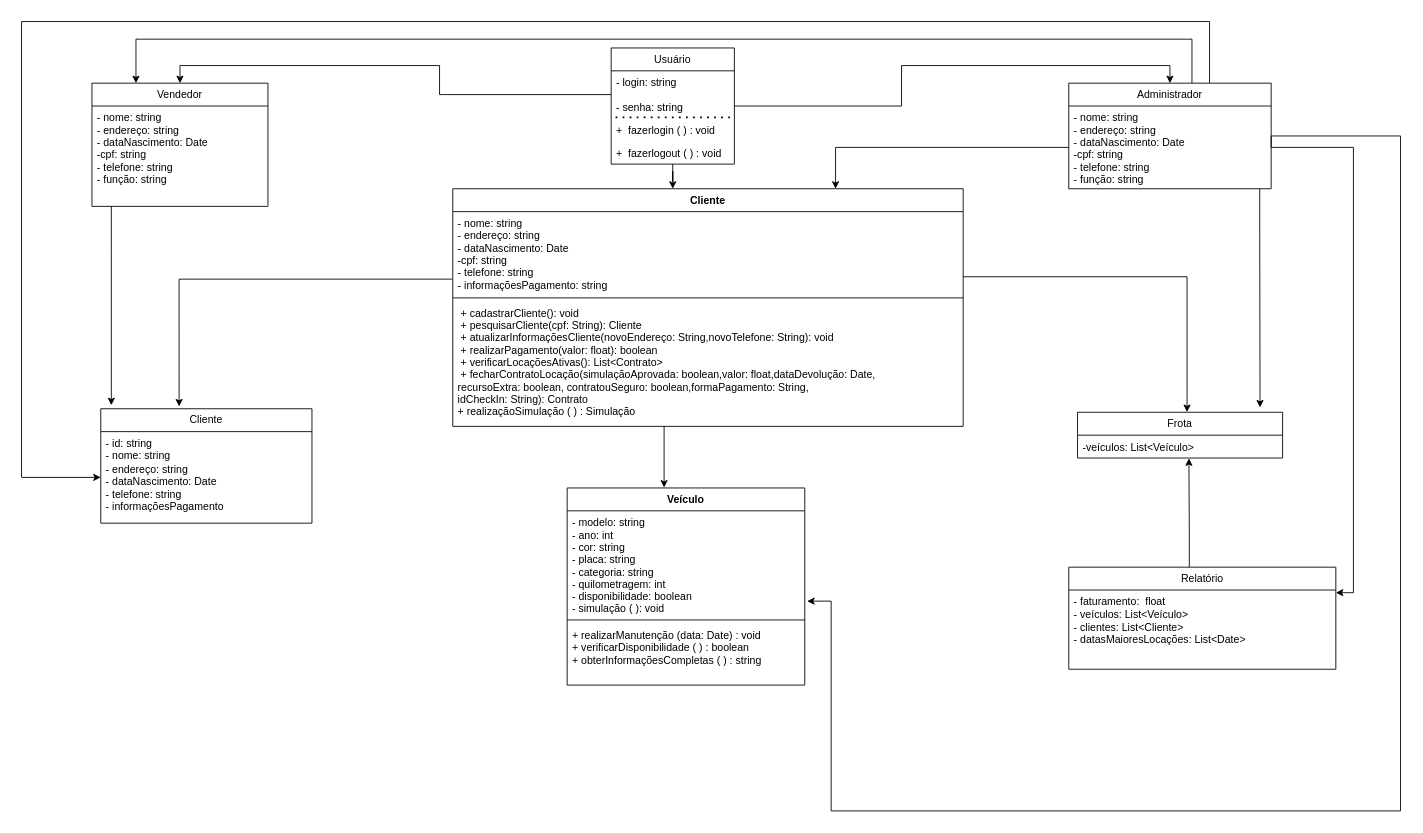
renataalineb/case-locadora keeps this draw.io diagram as Diagrama sem nome.drawio. Above is the earlier version. Source tidied: cells renumbered, new cells numbered last; positions are measured from the earlier drawing's top-left corner, leaving out a move shared by most shapes. Both pictures are drawn from the tidied source at 88%, with x=0, y=0 at pixel (21, 21).
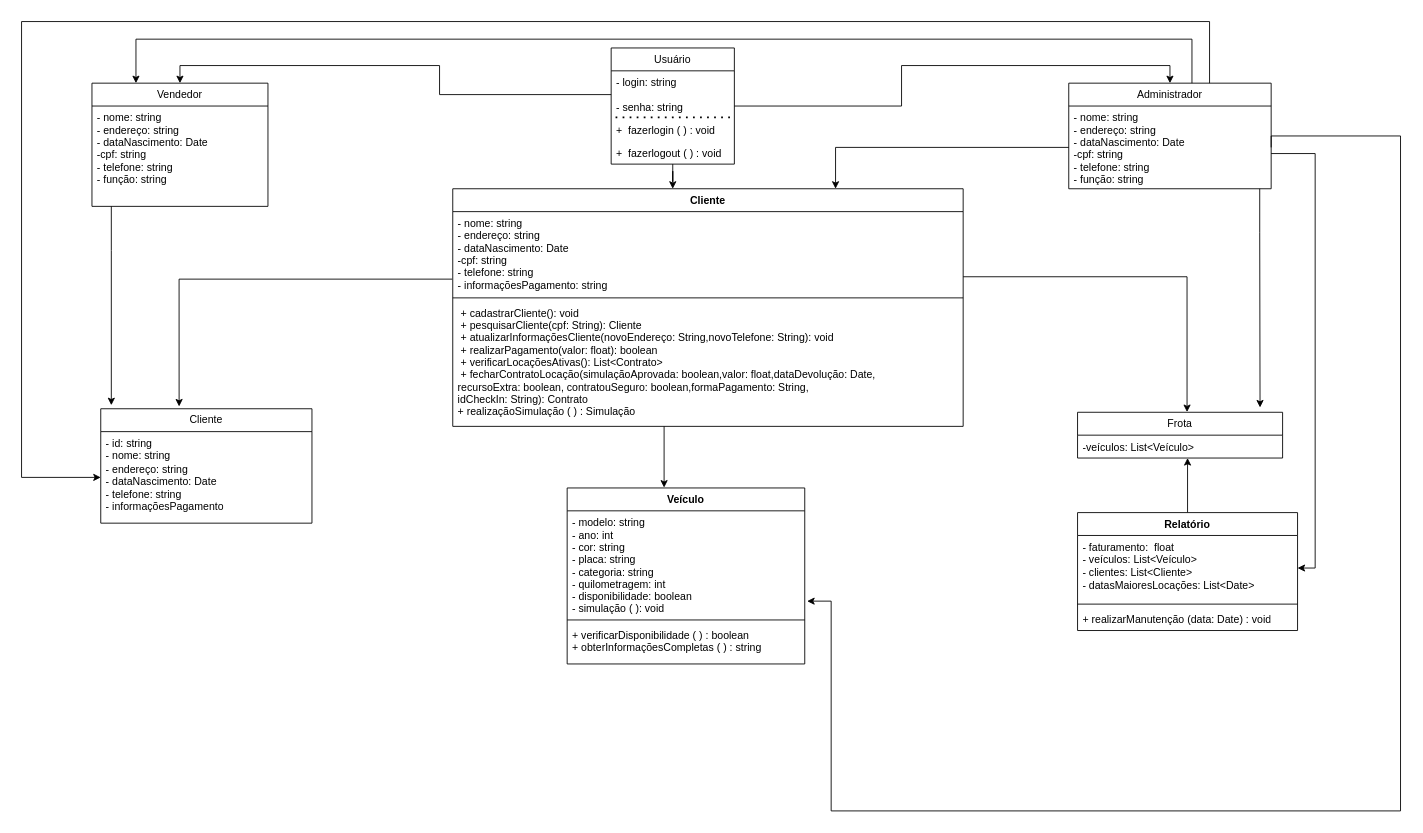
Above is the later version.

Commit message:
Diagrama de Classe

The change refers to these unchanged cells:
```xml
<mxCell id="11" value="Cliente" style="swimlane;fontStyle=1;align=center;verticalAlign=top;horizontal=1;startSize=26;" parent="1" vertex="1">
  <mxGeometry x="490" y="190" width="580" height="270" as="geometry" />
</mxCell>
<mxCell id="12" value="- nome: string&#10;- endereço: string&#10;- dataNascimento: Date&#10;-cpf: string&#10;- telefone: string&#10;- informaçõesPagamento: string&#10;" style="text;strokeColor=none;fillColor=none;align=left;verticalAlign=top;spacingLeft=4;spacingRight=4;overflow=hidden;points=[[0,0.5],[1,0.5]];portConstraint=eastwest;" parent="11" vertex="1">
  <mxGeometry y="26" width="580" height="94" as="geometry" />
</mxCell>
<mxCell id="24" value="Administrador" style="swimlane;fontStyle=0;horizontal=1;startSize=26;fillColor=none;whiteSpace=wrap;html=1;" parent="1" vertex="1">
  <mxGeometry x="1190" y="70" width="230" height="120" as="geometry" />
</mxCell>
<mxCell id="25" value="- nome: string&#10;- endereço: string&#10;- dataNascimento: Date&#10;-cpf: string&#10;- telefone: string&#10;- função: string&#10;&#10;" style="text;strokeColor=none;fillColor=none;align=left;verticalAlign=top;spacingLeft=4;spacingRight=4;overflow=hidden;points=[[0,0.5],[1,0.5]];portConstraint=eastwest;" parent="24" vertex="1">
  <mxGeometry y="26" width="230" height="94" as="geometry" />
</mxCell>
<mxCell id="27" value="- modelo: string&#10;- ano: int&#10;- cor: string&#10;- placa: string&#10;- categoria: string&#10;- quilometragem: int&#10;- disponibilidade: boolean&#10;- simulação ( ): void&#10;" style="text;strokeColor=none;fillColor=none;align=left;verticalAlign=top;spacingLeft=4;spacingRight=4;overflow=hidden;points=[[0,0.5],[1,0.5]];portConstraint=eastwest;" parent="26" vertex="1">
  <mxGeometry y="26" width="270" height="120" as="geometry" />
</mxCell>
<mxCell id="30" value="Frota" style="swimlane;fontStyle=0;horizontal=1;startSize=26;fillColor=none;whiteSpace=wrap;html=1;" parent="1" vertex="1">
  <mxGeometry x="1200" y="444" width="233" height="52" as="geometry" />
</mxCell>
<mxCell id="31" value="-veículos: List&amp;lt;Veículo&amp;gt;" style="text;strokeColor=none;fillColor=none;align=left;verticalAlign=top;spacingLeft=4;spacingRight=4;overflow=hidden;points=[[0,0.5],[1,0.5]];portConstraint=eastwest;whiteSpace=wrap;html=1;" parent="30" vertex="1">
  <mxGeometry y="26" width="233" height="26" as="geometry" />
</mxCell>
```

Diff of the diagram source:
```diff
@@
+    <mxCell id="39" style="edgeStyle=orthogonalEdgeStyle;rounded=0;jettySize=auto;html=1;entryX=1;entryY=0.5;entryDx=0;entryDy=0;" parent="1" edge="1" source="24" target="34">
+      <mxGeometry relative="1" as="geometry">
+        <Array as="points">
+          <mxPoint x="1470" y="150" />
+          <mxPoint x="1470" y="621" />
+        </Array>
+      </mxGeometry>
+    </mxCell>
@@
     <mxCell id="26" value="Veículo" style="swimlane;fontStyle=1;align=center;verticalAlign=top;horizontal=1;startSize=26;whiteSpace=wrap;html=1;" parent="1" vertex="1">
-      <mxGeometry x="620" y="530" width="270" height="224" as="geometry" />
+      <mxGeometry x="620" y="530" width="270" height="200" as="geometry" />
     </mxCell>
@@
-    <mxCell id="29" value="+ realizarManutenção (data: Date) : void&#10;+ verificarDisponibilidade ( ) : boolean&#10;+ obterInformaçõesCompletas ( ) : string" style="text;strokeColor=none;fillColor=none;align=left;verticalAlign=top;spacingLeft=4;spacingRight=4;overflow=hidden;" parent="26" vertex="1">
-      <mxGeometry y="154" width="270" height="70" as="geometry" />
+    <mxCell id="29" value="+ verificarDisponibilidade ( ) : boolean&#10;+ obterInformaçõesCompletas ( ) : string" style="text;strokeColor=none;fillColor=none;align=left;verticalAlign=top;spacingLeft=4;spacingRight=4;overflow=hidden;" parent="26" vertex="1">
+      <mxGeometry y="154" width="270" height="46" as="geometry" />
     </mxCell>
@@
+    <mxCell id="35" style="edgeStyle=orthogonalEdgeStyle;rounded=0;jettySize=auto;html=1;entryX=0.534;entryY=-0.005;entryDx=0;entryDy=0;entryPerimeter=0;" parent="1" edge="1" source="12" target="30">
+      <mxGeometry relative="1" as="geometry">
+        <Array as="points">
+          <mxPoint x="1324" y="290" />
+        </Array>
+      </mxGeometry>
+    </mxCell>
+    <mxCell id="36" style="edgeStyle=orthogonalEdgeStyle;rounded=0;jettySize=auto;html=1;entryX=1.01;entryY=0.855;entryDx=0;entryDy=0;entryPerimeter=0;exitX=1;exitY=0.5;exitDx=0;exitDy=0;" parent="1" edge="1" source="25" target="27">
+      <mxGeometry relative="1" as="geometry">
+        <Array as="points">
+          <mxPoint x="1420" y="130" />
+          <mxPoint x="1567" y="130" />
+          <mxPoint x="1567" y="897" />
+          <mxPoint x="920" y="897" />
+          <mxPoint x="920" y="659" />
+        </Array>
+      </mxGeometry>
+    </mxCell>
+    <mxCell id="37" style="edgeStyle=orthogonalEdgeStyle;rounded=0;jettySize=auto;html=1;entryX=0.75;entryY=0;entryDx=0;entryDy=0;" parent="1" edge="1" source="25" target="11">
+      <mxGeometry relative="1" as="geometry" />
+    </mxCell>
-    <mxCell id="32" style="edgeStyle=orthogonalEdgeStyle;rounded=0;jettySize=auto;html=1;entryX=0.543;entryY=1.014;entryDx=0;entryDy=0;entryPerimeter=0;" parent="1" edge="1" source="33" target="31">
+    <mxCell id="32" style="edgeStyle=orthogonalEdgeStyle;rounded=0;jettySize=auto;html=1;" parent="1" edge="1" source="33" target="31">
       <mxGeometry relative="1" as="geometry">
         <Array as="points">
-          <mxPoint x="1327" y="580" />
-          <mxPoint x="1327" y="580" />
+          <mxPoint x="1325" y="500" />
+          <mxPoint x="1325" y="500" />
         </Array>
       </mxGeometry>
     </mxCell>
-    <mxCell id="33" value="Relatório" style="swimlane;fontStyle=0;horizontal=1;startSize=26;fillColor=none;whiteSpace=wrap;html=1;" parent="1" vertex="1">
-      <mxGeometry x="1190" y="620" width="303.5" height="116" as="geometry" />
+    <mxCell id="33" value="Relatório" style="swimlane;fontStyle=1;align=center;verticalAlign=top;horizontal=1;startSize=26;whiteSpace=wrap;html=1;" parent="1" vertex="1">
+      <mxGeometry x="1200" y="558" width="250" height="134" as="geometry" />
     </mxCell>
-    <mxCell id="34" value="- faturamento:&amp;nbsp; float&lt;br&gt;- veículos: List&amp;lt;Veículo&amp;gt;&lt;br&gt;- clientes: List&amp;lt;Cliente&amp;gt;&lt;br&gt;- datasMaioresLocações: List&amp;lt;Date&amp;gt;" style="text;strokeColor=none;fillColor=none;align=left;verticalAlign=top;spacingLeft=4;spacingRight=4;overflow=hidden;points=[[0,0.5],[1,0.5]];portConstraint=eastwest;whiteSpace=wrap;html=1;" parent="33" vertex="1">
-      <mxGeometry y="26" width="303.5" height="90" as="geometry" />
+    <mxCell id="34" value="- faturamento:&amp;nbsp; float&lt;br&gt;- veículos: List&amp;lt;Veículo&amp;gt;&lt;br&gt;- clientes: List&amp;lt;Cliente&amp;gt;&lt;br&gt;- datasMaioresLocações: List&amp;lt;Date&amp;gt;&lt;br&gt;" style="text;strokeColor=none;fillColor=none;align=left;verticalAlign=top;spacingLeft=4;spacingRight=4;overflow=hidden;points=[[0,0.5],[1,0.5]];portConstraint=eastwest;whiteSpace=wrap;html=1;" parent="33" vertex="1">
+      <mxGeometry y="26" width="250" height="74" as="geometry" />
     </mxCell>
-    <mxCell id="35" style="edgeStyle=orthogonalEdgeStyle;rounded=0;jettySize=auto;html=1;entryX=0.534;entryY=-0.005;entryDx=0;entryDy=0;entryPerimeter=0;" parent="1" edge="1" source="12" target="30">
-      <mxGeometry relative="1" as="geometry">
-        <Array as="points">
-          <mxPoint x="1324" y="290" />
-        </Array>
-      </mxGeometry>
-    </mxCell>
-    <mxCell id="36" style="edgeStyle=orthogonalEdgeStyle;rounded=0;jettySize=auto;html=1;entryX=1.01;entryY=0.855;entryDx=0;entryDy=0;entryPerimeter=0;exitX=1;exitY=0.5;exitDx=0;exitDy=0;" parent="1" edge="1" source="25" target="27">
-      <mxGeometry relative="1" as="geometry">
-        <Array as="points">
-          <mxPoint x="1420" y="130" />
-          <mxPoint x="1567" y="130" />
-          <mxPoint x="1567" y="897" />
-          <mxPoint x="920" y="897" />
-          <mxPoint x="920" y="659" />
-        </Array>
-      </mxGeometry>
-    </mxCell>
-    <mxCell id="37" style="edgeStyle=orthogonalEdgeStyle;rounded=0;jettySize=auto;html=1;entryX=0.75;entryY=0;entryDx=0;entryDy=0;" parent="1" edge="1" source="25" target="11">
-      <mxGeometry relative="1" as="geometry" />
-    </mxCell>
-    <mxCell id="38" style="edgeStyle=orthogonalEdgeStyle;rounded=0;jettySize=auto;html=1;entryX=1;entryY=0.25;entryDx=0;entryDy=0;" parent="1" edge="1" source="25" target="33">
-      <mxGeometry relative="1" as="geometry" />
-    </mxCell>
+    <mxCell id="40" style="line;strokeWidth=1;fillColor=none;align=left;verticalAlign=middle;spacingTop=-1;spacingLeft=3;spacingRight=3;labelPosition=right;strokeColor=inherit;" parent="33" vertex="1">
+      <mxGeometry y="100" width="250" height="8" as="geometry" />
+    </mxCell>
+    <mxCell id="41" value="+ realizarManutenção (data: Date) : void" style="text;strokeColor=none;fillColor=none;align=left;verticalAlign=top;spacingLeft=4;spacingRight=4;overflow=hidden;whiteSpace=wrap;html=1;" parent="33" vertex="1">
+      <mxGeometry y="108" width="250" height="26" as="geometry" />
+    </mxCell>
```
